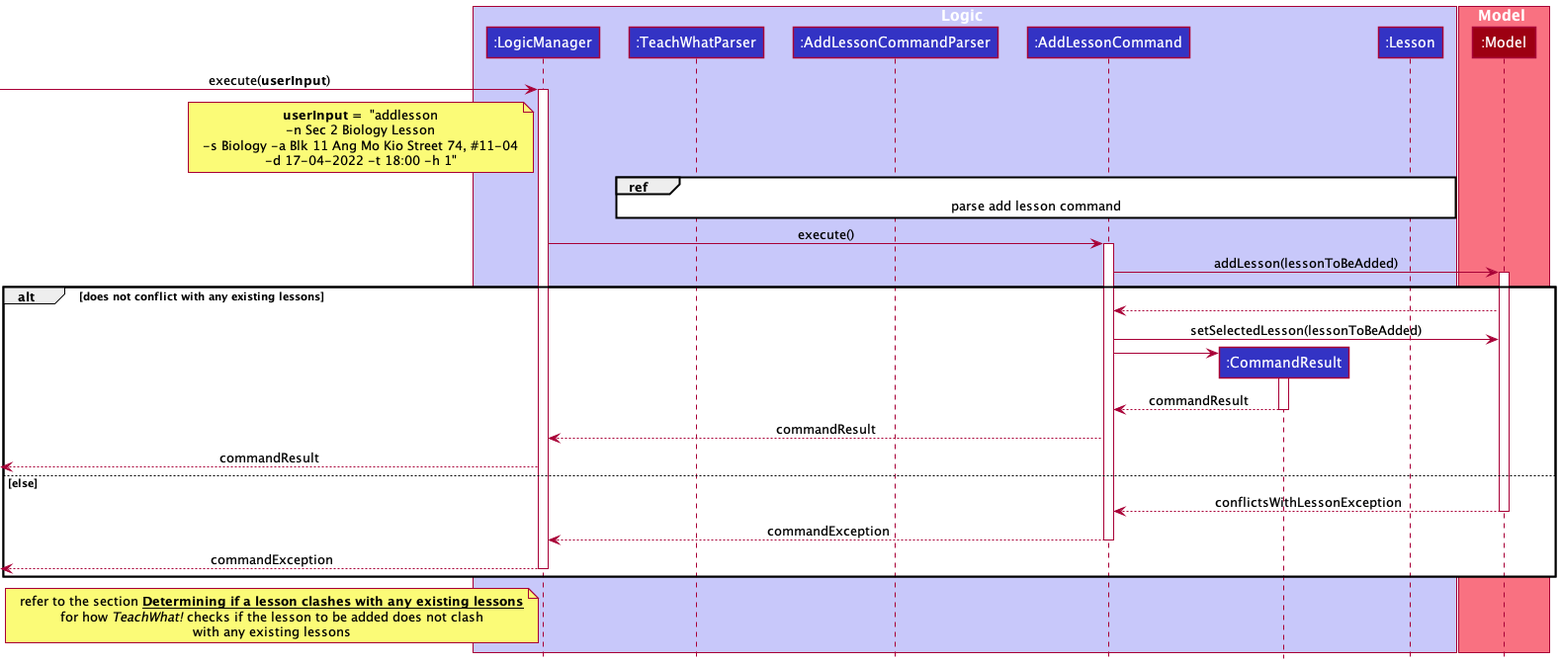
Before: docs/images/AddLessonSequenceDiagram_1.png, a diagram exported from PlantUML (nus-cs2103-AY2122S2/tp). The source it was exported from:
```plantuml
@startuml
!include style.puml

box Logic LOGIC_COLOR_T1
participant ":LogicManager" as LogicManager LOGIC_COLOR
participant ":TeachWhatParser" as TeachWhatParser LOGIC_COLOR
participant ":AddLessonCommandParser" as AddLessonCommandParser LOGIC_COLOR
participant ":AddLessonCommand" as AddLessonCommand LOGIC_COLOR
participant ":CommandResult" as CommandResult LOGIC_COLOR
participant ":Lesson" as Lesson LOGIC_COLOR
end box

box Model MODEL_COLOR_T1
participant ":Model" as Model MODEL_COLOR
end box

[-> LogicManager : execute(**userInput**)
note left of LogicManager
**userInput = ** "addlesson
-n Sec 2 Biology Lesson
-s Biology -a Blk 11 Ang Mo Kio Street 74, #11-04
-d 17-04-2022 -t 18:00 -h 1"
end note
activate LogicManager

ref over TeachWhatParser, Lesson
parse add lesson command
end ref

LogicManager -> AddLessonCommand : execute()
activate AddLessonCommand

AddLessonCommand -> Model : addLesson(lessonToBeAdded)
activate Model

alt does not conflict with any existing lessons
    AddLessonCommand <-- Model
    AddLessonCommand -> Model : setSelectedLesson(lessonToBeAdded)

    create CommandResult
    AddLessonCommand -> CommandResult
    activate CommandResult
    CommandResult --> AddLessonCommand : commandResult
    deactivate CommandResult

    LogicManager <-- AddLessonCommand : commandResult

    [<--LogicManager : commandResult
else else
     AddLessonCommand <-- Model : conflictsWithLessonException
     deactivate Model
     LogicManager <-- AddLessonCommand : commandException
     deactivate AddLessonCommand

     [<--LogicManager : commandException
     deactivate LogicManager
end
note left of LogicManager
        refer to the section __**Determining if a lesson clashes with any existing lessons**__
        for how //TeachWhat!// checks if the lesson to be added does not clash
        with any existing lessons
        end note
@enduml
```
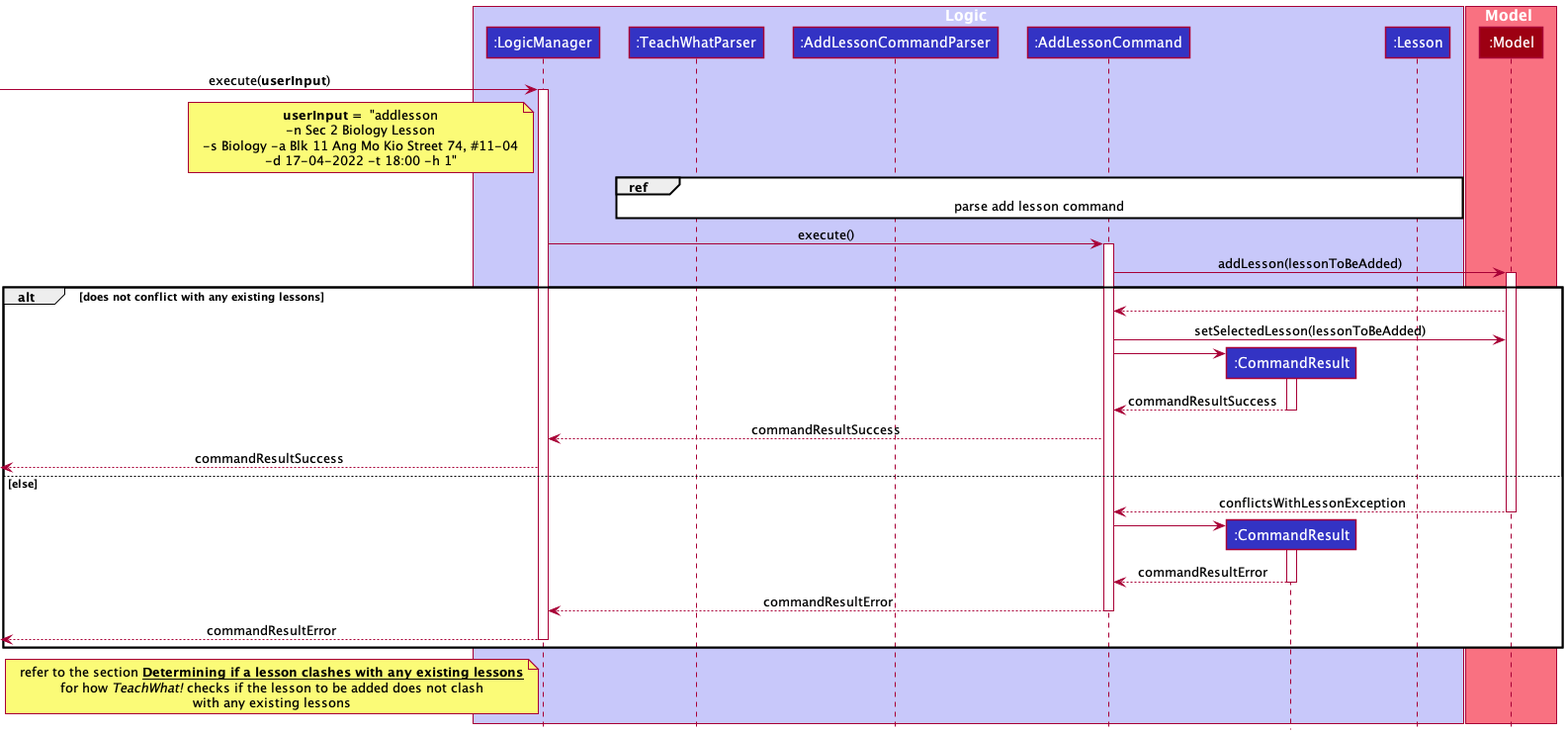
Later version of the same file.

Commit message:
Update sequence diagram for AddLessonCommand

The edit, as a diff of the source:
```diff
@@ -40,19 +40,25 @@
     create CommandResult
     AddLessonCommand -> CommandResult
     activate CommandResult
-    CommandResult --> AddLessonCommand : commandResult
+    CommandResult --> AddLessonCommand : commandResultSuccess
     deactivate CommandResult
 
-    LogicManager <-- AddLessonCommand : commandResult
+    LogicManager <-- AddLessonCommand : commandResultSuccess
 
-    [<--LogicManager : commandResult
+    [<--LogicManager : commandResultSuccess
 else else
      AddLessonCommand <-- Model : conflictsWithLessonException
      deactivate Model
-     LogicManager <-- AddLessonCommand : commandException
+
+     create CommandResult
+     AddLessonCommand -> CommandResult
+     activate CommandResult
+     CommandResult --> AddLessonCommand : commandResultError
+     deactivate CommandResult
+     LogicManager <-- AddLessonCommand : commandResultError
      deactivate AddLessonCommand
 
-     [<--LogicManager : commandException
+     [<--LogicManager : commandResultError
      deactivate LogicManager
 end
 note left of LogicManager
```
